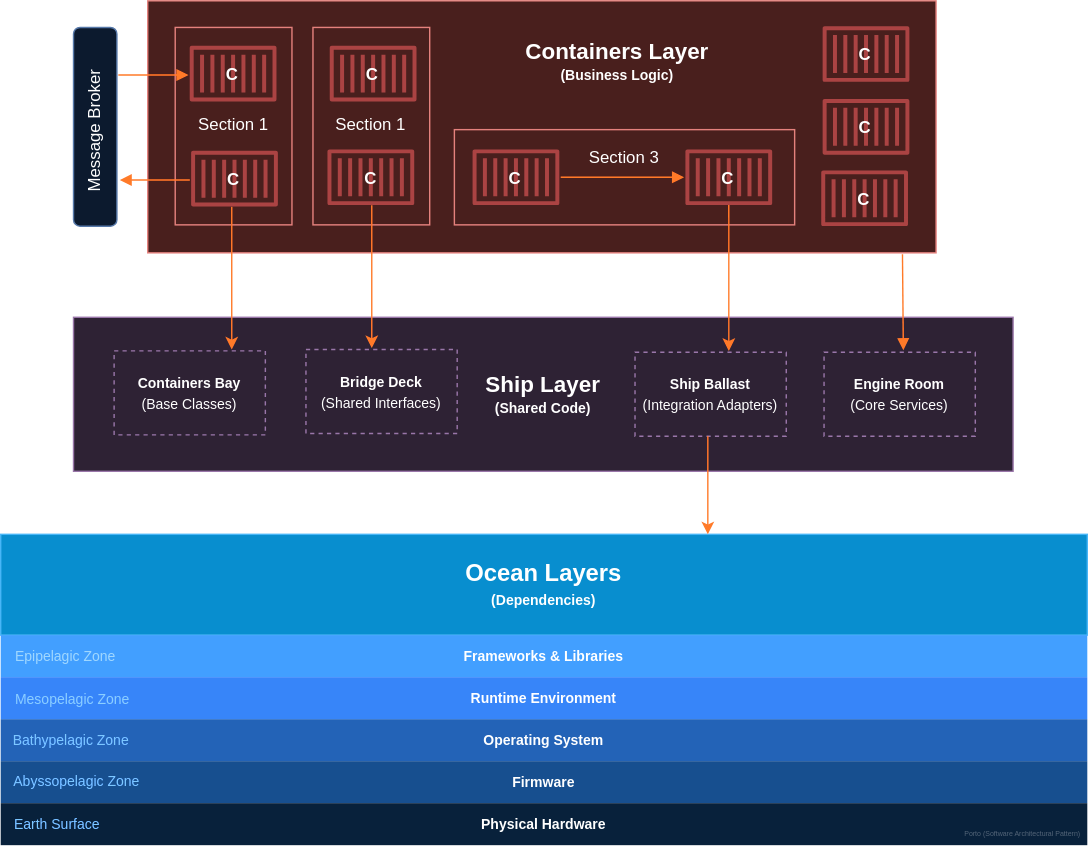
This is img/diagrams/porto_layers.svg from Mahmoudz/Porto, a draw.io export, as it was before one commit. Source tidied: cells renumbered, new cells last; positions are measured from the earlier drawing's top-left corner, leaving out a move shared by most shapes.
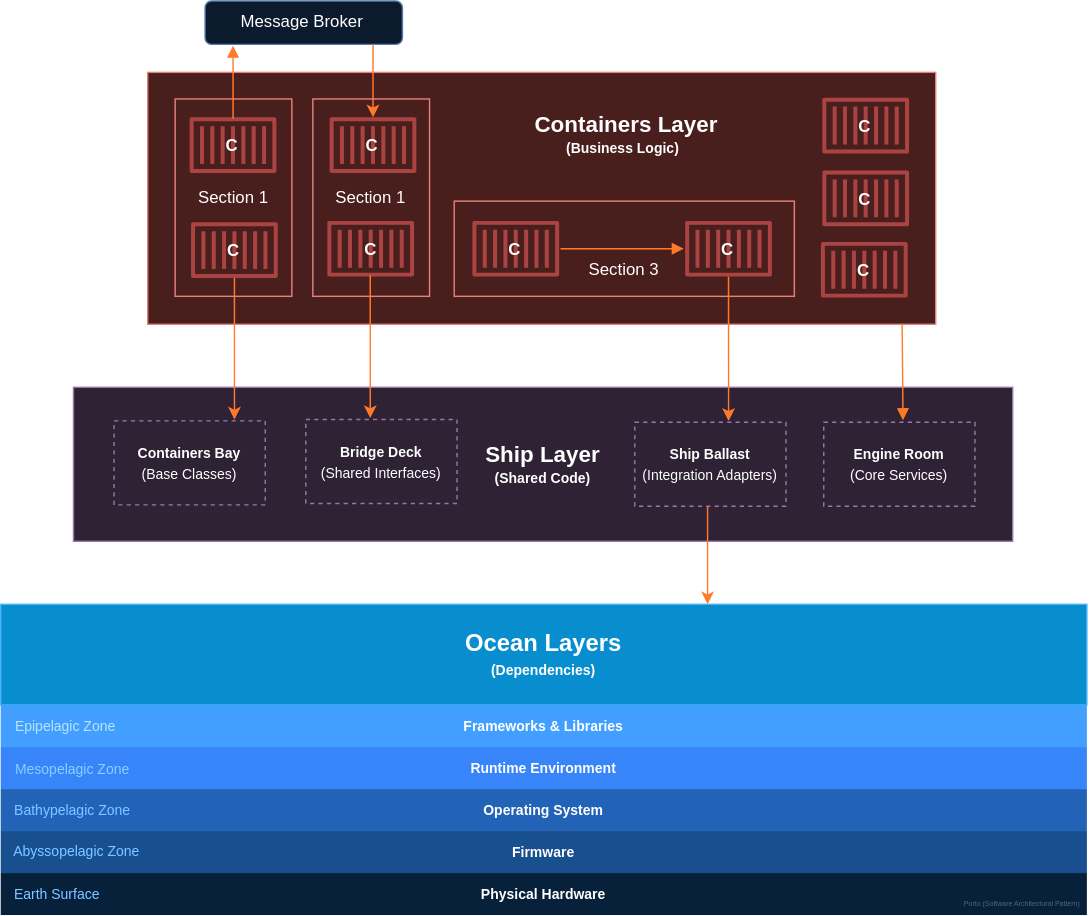
After the commit.

What changed in the source:
```diff
@@ -3,10 +3,10 @@
     <mxCell id="0" />
     <mxCell id="1" parent="0" />
     <mxCell id="2" style="rounded=0;whiteSpace=wrap;html=1;fillColor=#f8cecc;strokeColor=#b85450;" parent="1" vertex="1">
-      <mxGeometry x="105" width="563" height="180" as="geometry" />
+      <mxGeometry x="105" y="1" width="563" height="180" as="geometry" />
     </mxCell>
-    <mxCell id="3" value="&lt;span style=&quot;font-weight: 400;&quot;&gt;Section 3&lt;/span&gt;&lt;div&gt;&lt;span style=&quot;font-weight: 400;&quot;&gt;&lt;br&gt;&lt;/span&gt;&lt;/div&gt;&lt;div&gt;&lt;span style=&quot;font-weight: 400;&quot;&gt;&lt;br&gt;&lt;/span&gt;&lt;/div&gt;" style="rounded=0;whiteSpace=wrap;html=1;fillColor=#f8cecc;strokeColor=#b85450;strokeWidth=1;fontStyle=1;" parent="1" vertex="1">
-      <mxGeometry x="324" y="92" width="243" height="68" as="geometry" />
+    <mxCell id="3" value="&lt;br&gt;&lt;div&gt;&lt;span style=&quot;font-weight: 400;&quot;&gt;&lt;br&gt;&lt;/span&gt;&lt;/div&gt;&lt;div&gt;&lt;span style=&quot;font-weight: 400;&quot;&gt;Section 3&lt;/span&gt;&lt;span style=&quot;font-weight: 400;&quot;&gt;&lt;br&gt;&lt;/span&gt;&lt;/div&gt;" style="rounded=0;whiteSpace=wrap;html=1;fillColor=#f8cecc;strokeColor=#b85450;strokeWidth=1;fontStyle=1;" parent="1" vertex="1">
+      <mxGeometry x="324" y="93" width="243" height="68" as="geometry" />
     </mxCell>
     <mxCell id="4" value="&lt;div&gt;&lt;font color=&quot;#000000&quot;&gt;&lt;b style=&quot;background-color: initial;&quot;&gt;&lt;font style=&quot;font-size: 17px;&quot;&gt;Ocean Layers&lt;/font&gt;&lt;/b&gt;&lt;br&gt;&lt;/font&gt;&lt;/div&gt;&lt;div style=&quot;&quot;&gt;&lt;font color=&quot;#000000&quot;&gt;&lt;font style=&quot;font-size: 10px;&quot;&gt;&lt;b&gt;&lt;font style=&quot;font-size: 10px;&quot;&gt;(&lt;/font&gt;&lt;/b&gt;&lt;/font&gt;&lt;span style=&quot;background-color: initial; font-size: 10px;&quot;&gt;&lt;b&gt;Dependencies&lt;/b&gt;&lt;/span&gt;&lt;b style=&quot;font-size: 10px; background-color: initial;&quot;&gt;)&lt;/b&gt;&lt;/font&gt;&lt;/div&gt;" style="rounded=0;whiteSpace=wrap;html=1;fillColor=#1ba1e2;strokeColor=#006EAF;fontColor=#ffffff;" parent="1" vertex="1">
       <mxGeometry y="381" width="776" height="72" as="geometry" />
@@ -15,7 +15,7 @@
       <mxGeometry x="52" y="226" width="671" height="110" as="geometry" />
     </mxCell>
     <mxCell id="6" value="&lt;font style=&quot;font-weight: normal;&quot;&gt;Section 1&lt;/font&gt;" style="rounded=0;whiteSpace=wrap;html=1;fillColor=#f8cecc;strokeColor=#b85450;strokeWidth=1;fontStyle=1;" parent="1" vertex="1">
-      <mxGeometry x="124.6" y="19" width="83.4" height="141" as="geometry" />
+      <mxGeometry x="124.6" y="20" width="83.4" height="141" as="geometry" />
     </mxCell>
     <mxCell id="7" value="&lt;font style=&quot;font-size: 10px;&quot;&gt;&lt;b&gt;Engine Room&lt;/b&gt;&lt;br&gt;(Core Services)&lt;/font&gt;" style="rounded=0;whiteSpace=wrap;html=1;fillColor=#e1d5e7;strokeColor=#9673a6;dashed=1;" parent="1" vertex="1">
       <mxGeometry x="588" y="251" width="108" height="60" as="geometry" />
@@ -36,10 +36,10 @@
       <mxGeometry y="513" width="776" height="30" as="geometry" />
     </mxCell>
     <mxCell id="13" value="&lt;font style=&quot;font-weight: normal;&quot;&gt;Section 1&lt;/font&gt;" style="rounded=0;whiteSpace=wrap;html=1;fillColor=#f8cecc;strokeColor=#b85450;strokeWidth=1;fontStyle=1;" parent="1" vertex="1">
-      <mxGeometry x="223" y="19" width="83.4" height="141" as="geometry" />
+      <mxGeometry x="223" y="20" width="83.4" height="141" as="geometry" />
     </mxCell>
     <mxCell id="14" style="group;" parent="1" vertex="1">
-      <mxGeometry x="233.4" y="106" width="61.9" height="40" as="geometry" />
+      <mxGeometry x="233.4" y="107" width="61.9" height="40" as="geometry" />
     </mxCell>
     <mxCell id="15" style="group;" parent="14" vertex="1">
       <mxGeometry width="61.9" height="40" as="geometry" />
@@ -52,8 +52,8 @@
     </mxCell>
     <mxCell id="18" style="endArrow=none;html=1;rounded=0;startArrow=block;startFill=1;endFill=0;strokeColor=#e65200;" parent="1" edge="1">
       <mxGeometry relative="1" as="geometry">
-        <mxPoint x="488" y="126" as="sourcePoint" />
-        <mxPoint x="399.9" y="126" as="targetPoint" />
+        <mxPoint x="488" y="127" as="sourcePoint" />
+        <mxPoint x="399.9" y="127" as="targetPoint" />
       </mxGeometry>
     </mxCell>
     <mxCell id="19" value="&lt;font&gt;&lt;span style=&quot;font-size: 10px;&quot;&gt;&lt;b&gt;Firmware&lt;/b&gt;&lt;/span&gt;&lt;br&gt;&lt;/font&gt;" style="rounded=0;whiteSpace=wrap;html=1;fillColor=#87BFFF;strokeColor=none;fontColor=default;gradientColor=none;glass=0;" parent="1" vertex="1">
@@ -67,8 +67,8 @@
     </mxCell>
     <mxCell id="22" style="endArrow=classic;html=1;rounded=0;fontColor=default;strokeColor=#e65200;" parent="1" edge="1">
       <mxGeometry relative="1" as="geometry">
-        <mxPoint x="265" y="146" as="sourcePoint" />
-        <mxPoint x="265" y="248" as="targetPoint" />
+        <mxPoint x="264" y="146" as="sourcePoint" />
+        <mxPoint x="264" y="248" as="targetPoint" />
       </mxGeometry>
     </mxCell>
     <mxCell id="23" style="endArrow=none;html=1;rounded=0;fontColor=default;strokeColor=#e65200;exitX=0.404;exitY=-0.009;exitDx=0;exitDy=0;startArrow=block;startFill=1;endFill=0;exitPerimeter=0;" parent="1" edge="1">
@@ -90,12 +90,12 @@
     </mxCell>
     <mxCell id="26" style="endArrow=classic;html=1;rounded=0;fontColor=default;strokeColor=#e65200;" parent="1" edge="1">
       <mxGeometry relative="1" as="geometry">
-        <mxPoint x="165" y="147" as="sourcePoint" />
-        <mxPoint x="165" y="249" as="targetPoint" />
+        <mxPoint x="167" y="147" as="sourcePoint" />
+        <mxPoint x="167" y="249" as="targetPoint" />
       </mxGeometry>
     </mxCell>
     <mxCell id="27" style="group;" parent="1" vertex="1">
-      <mxGeometry x="136" y="107" width="61.9" height="40" as="geometry" />
+      <mxGeometry x="136" y="108" width="61.9" height="40" as="geometry" />
     </mxCell>
     <mxCell id="28" style="group;" parent="27" vertex="1">
       <mxGeometry width="61.9" height="40" as="geometry" />
@@ -107,7 +107,7 @@
       <mxGeometry x="16.6" y="8" width="27" height="26" as="geometry" />
     </mxCell>
     <mxCell id="31" style="group;" parent="1" vertex="1">
-      <mxGeometry x="135" y="32" width="61.9" height="40" as="geometry" />
+      <mxGeometry x="135" y="33" width="61.9" height="40" as="geometry" />
     </mxCell>
     <mxCell id="32" style="group;" parent="31" vertex="1">
       <mxGeometry width="61.9" height="40" as="geometry" />
@@ -119,7 +119,7 @@
       <mxGeometry x="16.6" y="8" width="27" height="26" as="geometry" />
     </mxCell>
     <mxCell id="35" style="group;" parent="1" vertex="1">
-      <mxGeometry x="235" y="32" width="61.9" height="40" as="geometry" />
+      <mxGeometry x="235" y="33" width="61.9" height="40" as="geometry" />
     </mxCell>
     <mxCell id="36" style="group;" parent="35" vertex="1">
       <mxGeometry width="61.9" height="40" as="geometry" />
@@ -131,7 +131,7 @@
       <mxGeometry x="16.6" y="8" width="27" height="26" as="geometry" />
     </mxCell>
     <mxCell id="39" style="group;" parent="1" vertex="1">
-      <mxGeometry x="337" y="106" width="61.9" height="40" as="geometry" />
+      <mxGeometry x="337" y="107" width="61.9" height="40" as="geometry" />
     </mxCell>
     <mxCell id="40" style="group;" parent="39" vertex="1">
       <mxGeometry width="61.9" height="40" as="geometry" />
@@ -143,7 +143,7 @@
       <mxGeometry x="16.6" y="8" width="27" height="26" as="geometry" />
     </mxCell>
     <mxCell id="43" style="group;" parent="1" vertex="1">
-      <mxGeometry x="489" y="106" width="61.9" height="40" as="geometry" />
+      <mxGeometry x="489" y="107" width="61.9" height="40" as="geometry" />
     </mxCell>
     <mxCell id="44" style="group;" parent="43" vertex="1">
       <mxGeometry width="61.9" height="40" as="geometry" />
@@ -155,7 +155,7 @@
       <mxGeometry x="16.6" y="8" width="27" height="26" as="geometry" />
     </mxCell>
     <mxCell id="47" style="group;" parent="1" vertex="1">
-      <mxGeometry x="586" y="121" width="61.9" height="40" as="geometry" />
+      <mxGeometry x="586" y="122" width="61.9" height="40" as="geometry" />
     </mxCell>
     <mxCell id="48" style="group;" parent="47" vertex="1">
       <mxGeometry width="61.9" height="40" as="geometry" />
@@ -167,7 +167,7 @@
       <mxGeometry x="16.6" y="8" width="27" height="26" as="geometry" />
     </mxCell>
     <mxCell id="51" style="group;" parent="1" vertex="1">
-      <mxGeometry x="587" y="18" width="61.9" height="40" as="geometry" />
+      <mxGeometry x="587" y="19" width="61.9" height="40" as="geometry" />
     </mxCell>
     <mxCell id="52" style="group;" parent="51" vertex="1">
       <mxGeometry width="61.9" height="40" as="geometry" />
@@ -179,7 +179,7 @@
       <mxGeometry x="16.6" y="8" width="27" height="26" as="geometry" />
     </mxCell>
     <mxCell id="55" style="group;" parent="1" vertex="1">
-      <mxGeometry x="587" y="70" width="61.9" height="40" as="geometry" />
+      <mxGeometry x="587" y="71" width="61.9" height="40" as="geometry" />
     </mxCell>
     <mxCell id="56" style="group;" parent="55" vertex="1">
       <mxGeometry width="61.9" height="40" as="geometry" />
@@ -190,31 +190,19 @@
     <mxCell id="58" value="C" style="text;html=1;align=center;verticalAlign=middle;strokeColor=none;fillColor=none;fontStyle=1;fontColor=default;" parent="56" vertex="1">
       <mxGeometry x="16.6" y="8" width="27" height="26" as="geometry" />
     </mxCell>
-    <mxCell id="59" value="&lt;b&gt;&lt;font style=&quot;font-size: 16px;&quot;&gt;Containers Layer &lt;/font&gt;&lt;br&gt;&lt;font style=&quot;font-size: 10px;&quot;&gt;(Business Logic)&lt;/font&gt;&lt;/b&gt;" style="text;html=1;align=center;verticalAlign=middle;strokeColor=none;fillColor=none;" parent="1" vertex="1">
-      <mxGeometry x="365" y="20" width="149" height="46" as="geometry" />
+    <mxCell id="59" value="&lt;b&gt;&lt;font style=&quot;font-size: 16px;&quot;&gt;&amp;nbsp; &amp;nbsp;Containers Layer &lt;/font&gt;&lt;br&gt;&lt;font style=&quot;font-size: 10px;&quot;&gt;&amp;nbsp; &amp;nbsp;(Business Logic)&lt;/font&gt;&lt;/b&gt;" style="text;html=1;align=center;verticalAlign=middle;strokeColor=none;fillColor=none;" parent="1" vertex="1">
+      <mxGeometry x="359" y="22" width="162" height="46" as="geometry" />
     </mxCell>
-    <mxCell id="60" style="rounded=1;whiteSpace=wrap;html=1;fillColor=#dae8fc;strokeColor=#6c8ebf;direction=south;" parent="1" vertex="1">
-      <mxGeometry x="52" y="19" width="31" height="142" as="geometry" />
+    <mxCell id="60" style="rounded=1;whiteSpace=wrap;html=1;fillColor=#dae8fc;strokeColor=#6c8ebf;direction=west;" parent="1" vertex="1">
+      <mxGeometry x="146" y="-50" width="141" height="31" as="geometry" />
     </mxCell>
-    <mxCell id="61" value="Message Broker" style="text;html=1;align=center;verticalAlign=middle;strokeColor=none;fillColor=none;rotation=270;" parent="1" vertex="1">
-      <mxGeometry x="15" y="81" width="105" height="26" as="geometry" />
+    <mxCell id="61" value="Message Broker" style="text;html=1;align=center;verticalAlign=middle;strokeColor=none;fillColor=none;rotation=0;" parent="1" vertex="1">
+      <mxGeometry x="162" y="-48" width="105" height="26" as="geometry" />
     </mxCell>
-    <mxCell id="62" style="endArrow=none;html=1;rounded=0;startArrow=block;startFill=1;endFill=0;strokeColor=#e65200;" parent="1" edge="1">
-      <mxGeometry relative="1" as="geometry">
-        <mxPoint x="134.1" y="53" as="sourcePoint" />
-        <mxPoint x="84" y="53" as="targetPoint" />
-      </mxGeometry>
-    </mxCell>
-    <mxCell id="63" style="endArrow=block;html=1;rounded=0;startArrow=none;startFill=0;endFill=1;strokeColor=#e65200;" parent="1" edge="1">
-      <mxGeometry relative="1" as="geometry">
-        <mxPoint x="135.1" y="128" as="sourcePoint" />
-        <mxPoint x="85" y="128" as="targetPoint" />
-      </mxGeometry>
-    </mxCell>
     <mxCell id="64" value="&lt;font style=&quot;font-size: 5px;&quot;&gt;Porto (Software Architectural Pattern)&lt;/font&gt;" style="text;html=1;align=center;verticalAlign=middle;whiteSpace=wrap;rounded=0;fontColor=#8FA0B3;" parent="1" vertex="1">
       <mxGeometry x="685" y="583" width="90" height="20" as="geometry" />
     </mxCell>
-    <mxCell id="65" value="&lt;font style=&quot;font-size: 10px;&quot;&gt;Epipelagic Zone&lt;/font&gt;" style="text;html=1;align=center;verticalAlign=middle;strokeColor=none;fillColor=none;fontColor=#003870;" parent="1" vertex="1">
+    <mxCell id="65" value="&lt;font color=&quot;#002952&quot; style=&quot;font-size: 10px;&quot;&gt;Epipelagic Zone&lt;/font&gt;" style="text;html=1;align=center;verticalAlign=middle;strokeColor=none;fillColor=none;fontColor=#003870;" parent="1" vertex="1">
       <mxGeometry x="1" y="455" width="90" height="26" as="geometry" />
     </mxCell>
     <mxCell id="66" value="&lt;font style=&quot;font-size: 10px;&quot;&gt;Mesopelagic Zone&lt;/font&gt;" style="text;html=1;align=center;verticalAlign=middle;strokeColor=none;fillColor=none;fontColor=#00448A;" parent="1" vertex="1">
@@ -229,5 +217,16 @@
     <mxCell id="69" value="&lt;font style=&quot;font-size: 10px;&quot;&gt;Earth Surface&lt;/font&gt;" style="text;html=1;align=center;verticalAlign=middle;strokeColor=none;fillColor=none;fontColor=#004C99;" parent="1" vertex="1">
       <mxGeometry y="575" width="79" height="26" as="geometry" />
     </mxCell>
+    <mxCell id="70" style="endArrow=classic;html=1;rounded=0;fontColor=default;strokeColor=#e65200;" parent="1" edge="1" target="37">
+      <mxGeometry relative="1" as="geometry">
+        <mxPoint x="266" y="-19" as="sourcePoint" />
+      </mxGeometry>
+    </mxCell>
+    <mxCell id="71" style="endArrow=none;html=1;rounded=0;fontColor=default;strokeColor=#e65200;startArrow=block;startFill=1;endFill=0;" parent="1" edge="1">
+      <mxGeometry relative="1" as="geometry">
+        <mxPoint x="166" y="-18" as="sourcePoint" />
+        <mxPoint x="166" y="34" as="targetPoint" />
+      </mxGeometry>
+    </mxCell>
   </root>
 </mxGraphModel>
```
